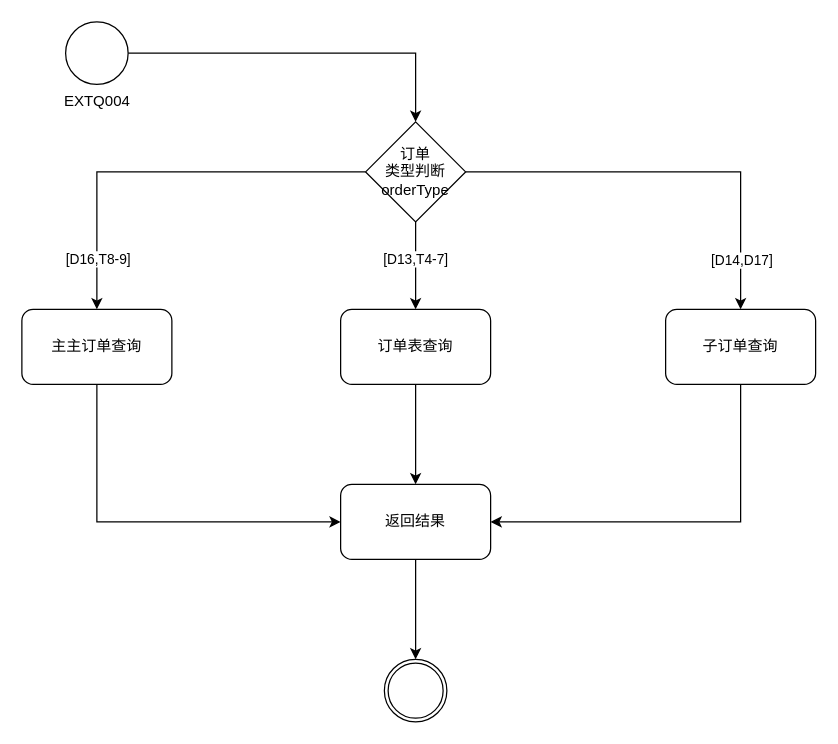
Earlier version of the draw.io diagram Untitled 订单超时查询（EXTQ004）.drawio (moshan123/draw). Source tidied: cells renumbered, new cells numbered last; positions are measured from the earlier drawing's top-left corner, leaving out a move shared by most shapes. Both pictures are drawn from the tidied source at 125%, with x=0, y=0 at pixel (21, 21).
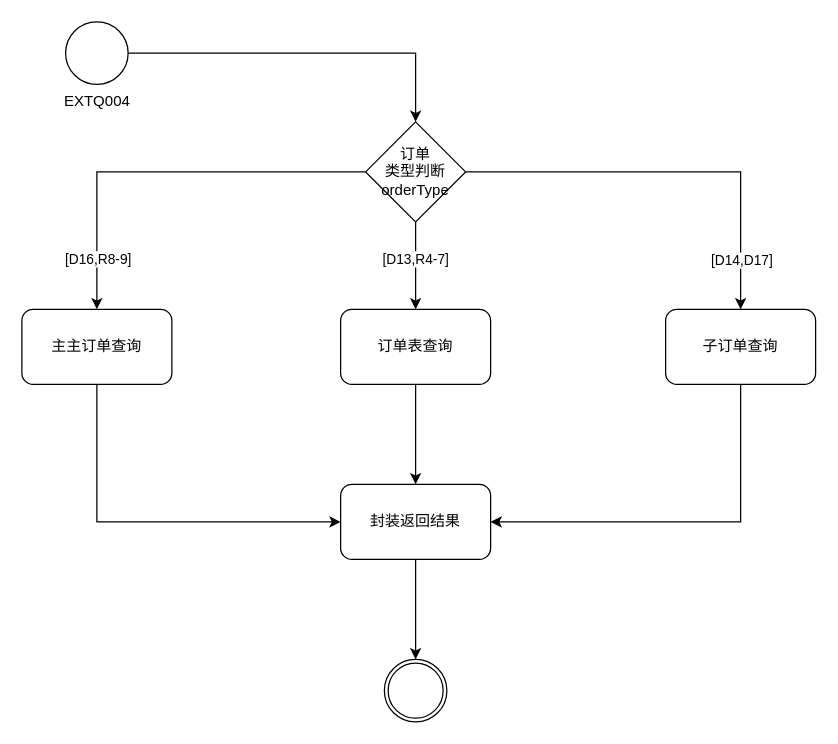
Above is the later version.

Commit message:
Update Untitled 订单超时查询（EXTQ004）.drawio

The change refers to these unchanged cells:
```xml
<mxCell id="5" style="edgeStyle=orthogonalEdgeStyle;rounded=0;jettySize=auto;html=1;" parent="1" edge="1" source="10" target="12">
  <mxGeometry relative="1" as="geometry" />
</mxCell>
<mxCell id="10" value="订单&lt;br&gt;类型判断orderType" style="rhombus;verticalAlign=middle;labelBackgroundColor=none;labelBorderColor=none;whiteSpace=wrap;html=1;fontStyle=0;" parent="1" vertex="1">
  <mxGeometry x="275" y="80" width="80" height="80" as="geometry" />
</mxCell>
<mxCell id="14" value="订单表查询" style="rounded=1;whiteSpace=wrap;html=1;" parent="1" vertex="1">
  <mxGeometry x="255" y="230" width="120" height="60" as="geometry" />
</mxCell>
```

What changed in the source:
```diff
@@
-    <mxCell id="6" value="[D16,T8-9]" style="edgeLabel;html=1;align=center;verticalAlign=middle;" parent="5" vertex="1">
+    <mxCell id="6" value="[D16,R8-9]" style="edgeLabel;html=1;align=center;verticalAlign=middle;" parent="5" vertex="1">
       <mxGeometry x="0.57" y="-4" relative="1" as="geometry">
         <mxPoint x="4" y="29" as="offset" />
       </mxGeometry>
     </mxCell>
@@
-    <mxCell id="9" value="[D13,T4-7]" style="edgeStyle=orthogonalEdgeStyle;rounded=0;jettySize=auto;html=1;" parent="1" edge="1" source="10" target="14">
+    <mxCell id="9" value="[D13,R4-7]" style="edgeStyle=orthogonalEdgeStyle;rounded=0;jettySize=auto;html=1;" parent="1" edge="1" source="10" target="14">
       <mxGeometry x="-0.14" relative="1" as="geometry" />
     </mxCell>
@@
-    <mxCell id="18" value="返回结果" style="rounded=1;whiteSpace=wrap;html=1;" parent="1" vertex="1">
+    <mxCell id="18" value="封装返回结果" style="rounded=1;whiteSpace=wrap;html=1;" parent="1" vertex="1">
       <mxGeometry x="255" y="370" width="120" height="60" as="geometry" />
     </mxCell>
```
